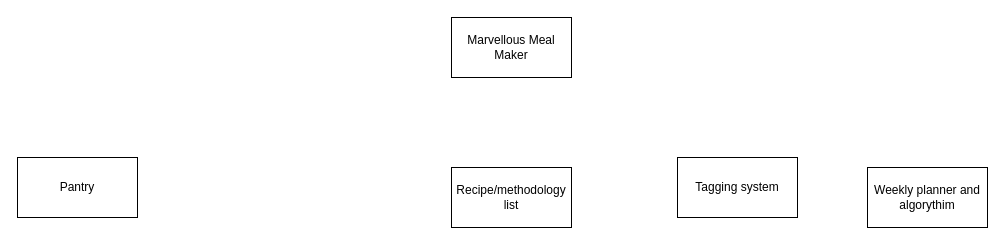
JessHorserage/Marvellous-Meal-Maker keeps this draw.io diagram as Marvellous Meal Maker.drawio. Above is the earlier version. Source tidied: cells renumbered, new cells numbered last; positions are measured from the earlier drawing's top-left corner, leaving out a move shared by most shapes. Both pictures are drawn from the tidied source at 100%, with x=0, y=0 at pixel (17, 17).
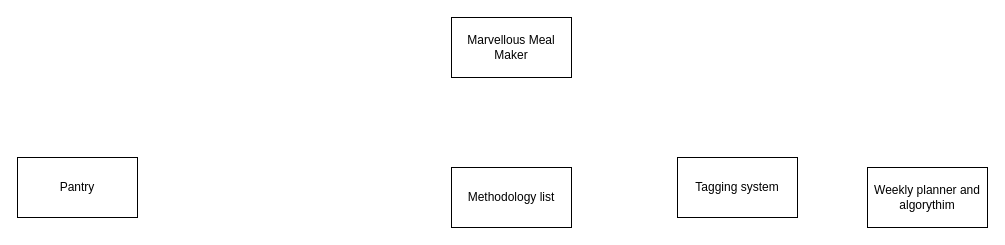
Above is the later version.

The edit, as a diff of the source:
```diff
@@
 <mxGraphModel>
   <root>
     <mxCell id="0" />
     <mxCell id="1" parent="0" />
     <mxCell id="2" value="Marvellous Meal Maker" style="rounded=0;whiteSpace=wrap;html=1;" parent="1" vertex="1">
       <mxGeometry x="434" width="120" height="60" as="geometry" />
     </mxCell>
     <mxCell id="3" value="Pantry" style="rounded=0;whiteSpace=wrap;html=1;" parent="1" vertex="1">
       <mxGeometry y="140" width="120" height="60" as="geometry" />
     </mxCell>
-    <mxCell id="4" value="Recipe/methodology list" style="rounded=0;whiteSpace=wrap;html=1;" parent="1" vertex="1">
+    <mxCell id="4" value="Methodology list" style="rounded=0;whiteSpace=wrap;html=1;" parent="1" vertex="1">
       <mxGeometry x="434" y="150" width="120" height="60" as="geometry" />
     </mxCell>
     <mxCell id="5" value="Tagging system" style="rounded=0;whiteSpace=wrap;html=1;" parent="1" vertex="1">
       <mxGeometry x="660" y="140" width="120" height="60" as="geometry" />
     </mxCell>
     <mxCell id="6" value="Weekly planner and algorythim" style="rounded=0;whiteSpace=wrap;html=1;" parent="1" vertex="1">
       <mxGeometry x="850" y="150" width="120" height="60" as="geometry" />
     </mxCell>
   </root>
 </mxGraphModel>
```
